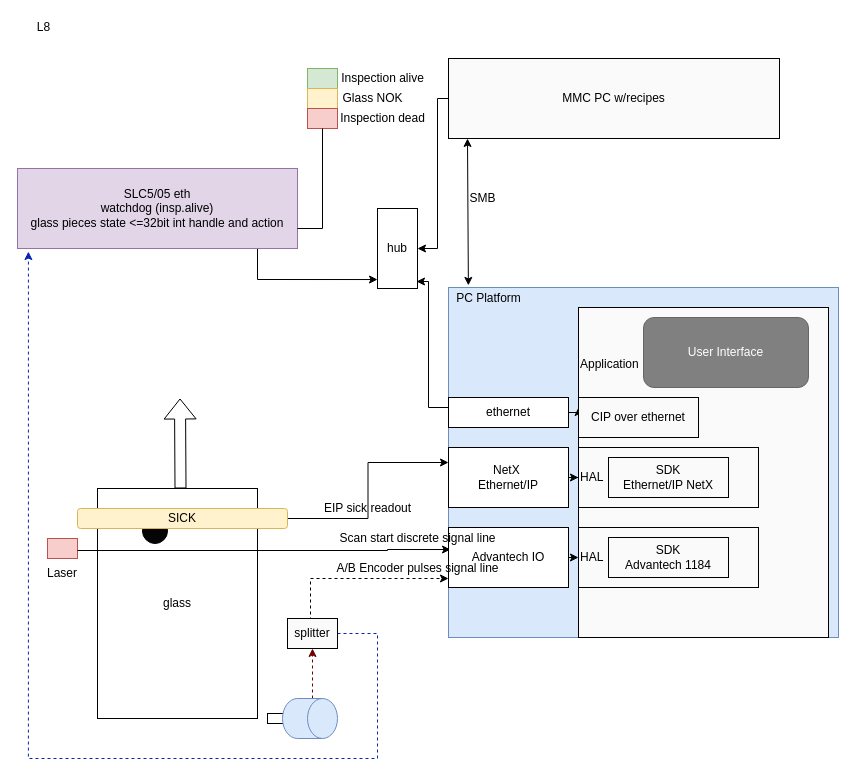
This is page "schema" (1 of 5) of Inspection Platform Dataflow.drawio from megavad/Diagrams, a draw.io file, before an edit. Source tidied: cells renumbered, new cells numbered last; positions are measured from the earlier drawing's top-left corner, leaving out a move shared by most shapes. Both pictures are drawn from the tidied source at 100%, with x=0, y=0 at pixel (17, 17).
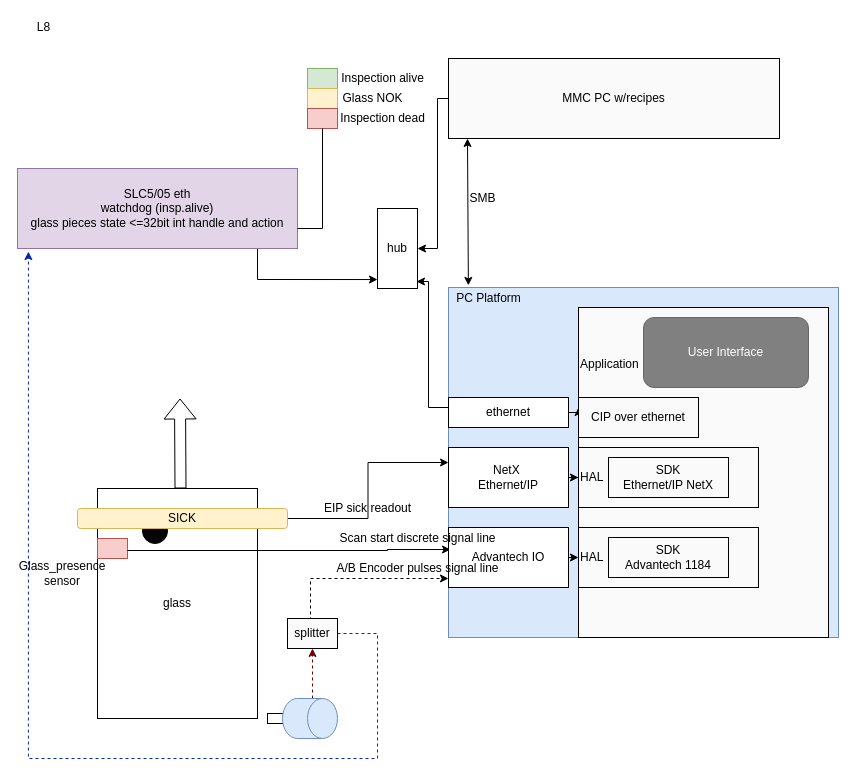
The same page after the edit.

The edit, as a diff of the source:
```diff
@@
     <mxCell id="18" style="rounded=0;whiteSpace=wrap;html=1;fillColor=#f8cecc;strokeColor=#b85450;" parent="1" vertex="1">
-      <mxGeometry x="30" y="521" width="30" height="20" as="geometry" />
+      <mxGeometry x="80" y="521" width="30" height="20" as="geometry" />
     </mxCell>
@@
-    <mxCell id="45" value="Laser" style="text;html=1;strokeColor=none;fillColor=none;align=center;verticalAlign=middle;whiteSpace=wrap;rounded=0;fontColor=#030303;" parent="1" vertex="1">
+    <mxCell id="45" value="Glass_presence&lt;br&gt;sensor" style="text;html=1;strokeColor=none;fillColor=none;align=center;verticalAlign=middle;whiteSpace=wrap;rounded=0;fontColor=#030303;" parent="1" vertex="1">
       <mxGeometry x="15" y="541" width="60" height="30" as="geometry" />
     </mxCell>
```
